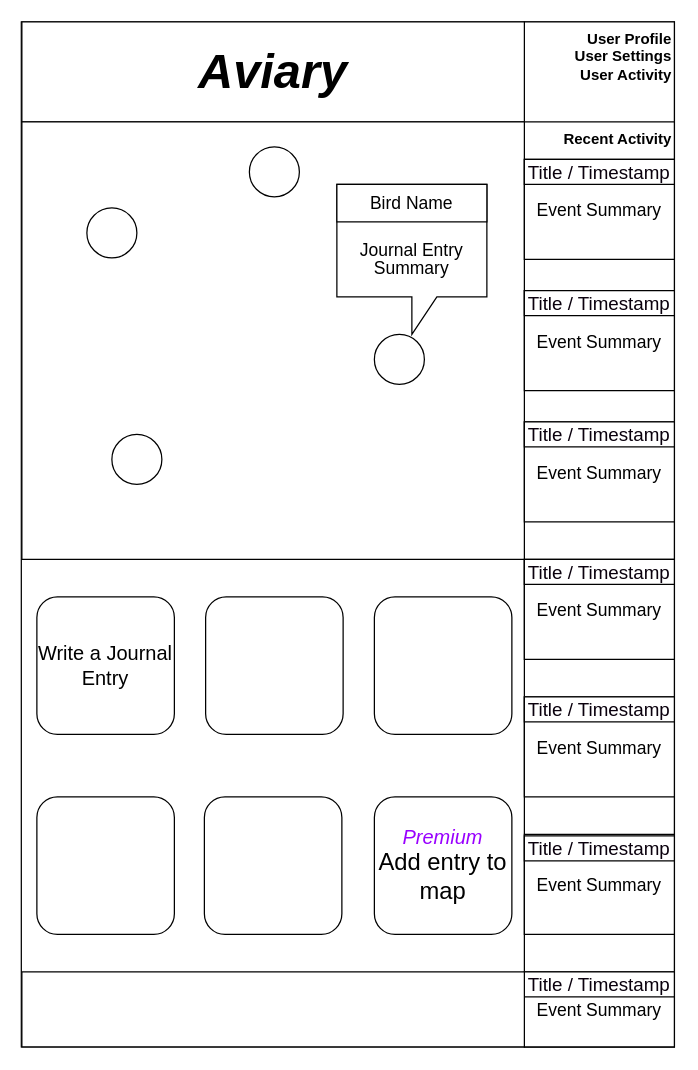
This is siteGUI.drawio from 221205-test-engineering/Aviary-Build-A-Site, a draw.io file, before an edit. Source tidied: cells renumbered, new cells numbered last; positions are measured from the earlier drawing's top-left corner, leaving out a move shared by most shapes. Both pictures are drawn from the tidied source at 125%, with x=0, y=0 at pixel (-165, 21).
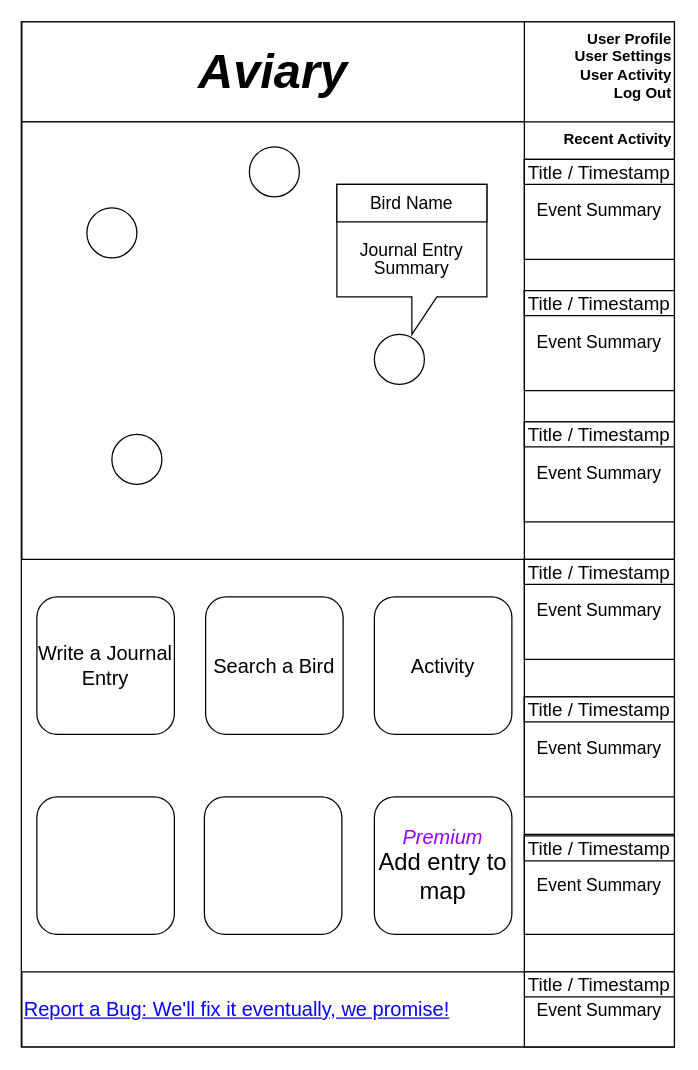
Above is the later version.

The edit, as a diff of the source:
```diff
@@
-    <mxCell id="3" value="&lt;div style=&quot;&quot;&gt;&lt;span style=&quot;background-color: initial;&quot;&gt;User Profile&lt;/span&gt;&lt;/div&gt;&lt;div style=&quot;&quot;&gt;&lt;span style=&quot;background-color: initial;&quot;&gt;User Settings&lt;/span&gt;&lt;/div&gt;&lt;div style=&quot;&quot;&gt;&lt;span style=&quot;background-color: initial;&quot;&gt;User Activity&lt;/span&gt;&lt;/div&gt;" style="whiteSpace=wrap;html=1;verticalAlign=top;fontStyle=1;fontFamily=Helvetica;align=right;" parent="1" vertex="1">
+    <mxCell id="3" value="&lt;div style=&quot;&quot;&gt;&lt;span style=&quot;background-color: initial;&quot;&gt;User Profile&lt;/span&gt;&lt;/div&gt;&lt;div style=&quot;&quot;&gt;&lt;span style=&quot;background-color: initial;&quot;&gt;User Settings&lt;/span&gt;&lt;/div&gt;&lt;div style=&quot;&quot;&gt;&lt;span style=&quot;background-color: initial;&quot;&gt;User Activity&lt;/span&gt;&lt;/div&gt;&lt;div style=&quot;&quot;&gt;&lt;span style=&quot;background-color: initial;&quot;&gt;Log Out&lt;/span&gt;&lt;/div&gt;" style="whiteSpace=wrap;html=1;verticalAlign=top;fontStyle=1;fontFamily=Helvetica;align=right;" parent="1" vertex="1">
       <mxGeometry x="551" width="120" height="120" as="geometry" />
     </mxCell>
@@
-    <mxCell id="27" style="rounded=1;whiteSpace=wrap;html=1;fontFamily=Helvetica;fontSize=39;fontColor=#000000;" parent="1" vertex="1">
+    <mxCell id="27" value="Activity" style="rounded=1;whiteSpace=wrap;html=1;fontFamily=Helvetica;fontSize=16;fontColor=#000000;" parent="1" vertex="1">
       <mxGeometry x="431" y="460" width="110" height="110" as="geometry" />
     </mxCell>
-    <mxCell id="28" style="rounded=1;whiteSpace=wrap;html=1;fontFamily=Helvetica;fontSize=39;fontColor=#000000;" parent="1" vertex="1">
+    <mxCell id="28" value="Search a Bird" style="rounded=1;whiteSpace=wrap;html=1;fontFamily=Helvetica;fontSize=16;fontColor=#000000;" parent="1" vertex="1">
       <mxGeometry x="296" y="460" width="110" height="110" as="geometry" />
     </mxCell>
@@
-    <mxCell id="30" style="rounded=1;whiteSpace=wrap;html=1;fontFamily=Helvetica;fontSize=39;fontColor=#000000;" parent="1" vertex="1">
+    <mxCell id="30" style="rounded=1;whiteSpace=wrap;html=1;fontFamily=Helvetica;fontSize=16;fontColor=#000000;" parent="1" vertex="1">
       <mxGeometry x="161" y="620" width="110" height="110" as="geometry" />
     </mxCell>
@@
-    <mxCell id="33" style="rounded=0;whiteSpace=wrap;html=1;fontFamily=Helvetica;fontSize=39;fontColor=#000000;" parent="1" vertex="1">
+    <mxCell id="33" value="Report a Bug: We'll fix it eventually, we promise!" style="rounded=0;whiteSpace=wrap;html=1;fontFamily=Helvetica;fontSize=16;fontColor=#0800FF;align=left;fontStyle=4;" parent="1" vertex="1">
       <mxGeometry x="149" y="760" width="402" height="60" as="geometry" />
     </mxCell>
```
